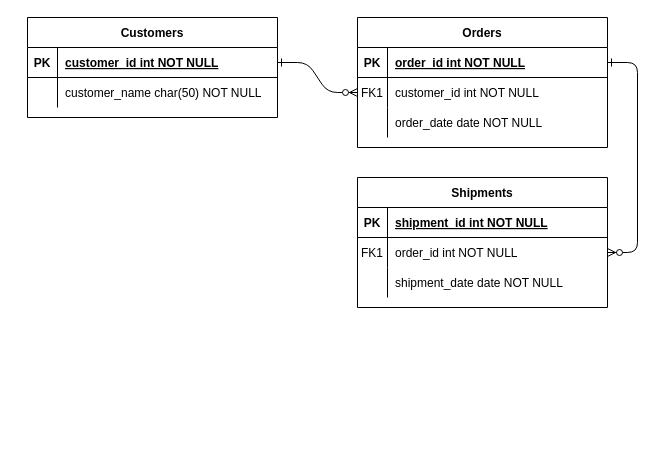
Before: Untitled Diagram.drawio in hsuan81/SOP-book, a draw.io diagram. Source tidied: cells renumbered, new cells numbered last; positions are measured from the earlier drawing's top-left corner, leaving out a move shared by most shapes. Both pictures are drawn from the tidied source at 100%, with x=0, y=0 at pixel (27, 17).
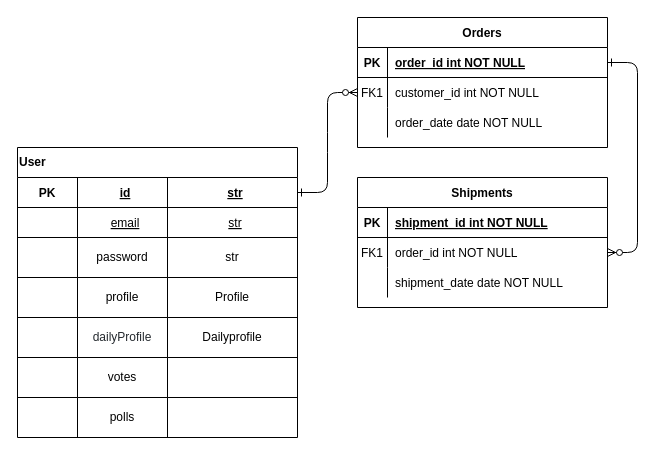
The same diagram, later.

Change to the diagram source:
```diff
@@
-    <mxCell id="24" value="Customers" style="shape=table;startSize=30;childLayout=tableLayout;rowLines=0;fontStyle=1;align=center;" parent="1" vertex="1">
-      <mxGeometry width="250" height="100" as="geometry" />
-    </mxCell>
+    <mxCell id="31" value="User" style="shape=table;html=1;whiteSpace=wrap;startSize=30;childLayout=tableLayout;fontStyle=1;align=left;" parent="1" vertex="1">
+      <mxGeometry x="-10" y="130" width="280" height="290" as="geometry" />
+    </mxCell>
-    <mxCell id="25" style="shape=partialRectangle;fillColor=none;points=[[0,0.5],[1,0.5]];portConstraint=eastwest;top=0;left=0;right=0;bottom=1;" parent="24" vertex="1">
-      <mxGeometry y="30" width="250" height="30" as="geometry" />
+    <mxCell id="25" style="shape=partialRectangle;fillColor=none;points=[[0,0.5],[1,0.5]];portConstraint=eastwest;top=0;left=0;right=0;bottom=1;" parent="31" vertex="1">
+      <mxGeometry y="30" width="280" height="30" as="geometry" />
     </mxCell>
     <mxCell id="26" value="PK" style="shape=partialRectangle;overflow=hidden;fillColor=none;top=0;left=0;bottom=0;right=0;fontStyle=1;" parent="25" vertex="1">
-      <mxGeometry width="30" height="30" as="geometry" />
+      <mxGeometry width="60" height="30" as="geometry" />
     </mxCell>
-    <mxCell id="27" value="customer_id int NOT NULL " style="shape=partialRectangle;overflow=hidden;fillColor=none;top=0;left=0;bottom=0;right=0;align=left;spacingLeft=6;fontStyle=5;" parent="25" vertex="1">
-      <mxGeometry x="30" width="220" height="30" as="geometry" />
+    <mxCell id="27" value="id" style="shape=partialRectangle;overflow=hidden;fillColor=none;top=0;left=0;bottom=0;right=0;align=center;spacingLeft=6;fontStyle=5;" parent="25" vertex="1">
+      <mxGeometry x="60" width="90" height="30" as="geometry" />
     </mxCell>
+    <mxCell id="32" value="str" style="shape=partialRectangle;overflow=hidden;fillColor=none;top=0;left=0;bottom=0;right=0;align=center;spacingLeft=6;fontStyle=5;" parent="25" vertex="1">
+      <mxGeometry x="150" width="130" height="30" as="geometry" />
+    </mxCell>
-    <mxCell id="28" style="shape=partialRectangle;fillColor=none;top=0;left=0;right=0;bottom=0;" parent="24" vertex="1">
-      <mxGeometry y="60" width="250" height="30" as="geometry" />
+    <mxCell id="28" style="shape=partialRectangle;fillColor=none;top=0;left=0;right=0;bottom=0;" parent="31" vertex="1">
+      <mxGeometry y="60" width="280" height="30" as="geometry" />
     </mxCell>
     <mxCell id="29" style="shape=partialRectangle;overflow=hidden;fillColor=none;top=0;left=0;bottom=0;right=0;" parent="28" vertex="1">
-      <mxGeometry width="30" height="30" as="geometry" />
+      <mxGeometry width="60" height="30" as="geometry" />
     </mxCell>
-    <mxCell id="30" value="customer_name char(50) NOT NULL" style="shape=partialRectangle;overflow=hidden;fillColor=none;top=0;left=0;bottom=0;right=0;align=left;spacingLeft=6;" parent="28" vertex="1">
-      <mxGeometry x="30" width="220" height="30" as="geometry" />
+    <mxCell id="30" value="email" style="shape=partialRectangle;overflow=hidden;fillColor=none;top=0;left=0;bottom=0;right=0;align=center;spacingLeft=6;fontStyle=4;" parent="28" vertex="1">
+      <mxGeometry x="60" width="90" height="30" as="geometry" />
     </mxCell>
+    <mxCell id="33" value="str" style="shape=partialRectangle;overflow=hidden;fillColor=none;top=0;left=0;bottom=0;right=0;align=center;spacingLeft=6;fontStyle=4;" parent="28" vertex="1">
+      <mxGeometry x="150" width="130" height="30" as="geometry" />
+    </mxCell>
+    <mxCell id="34" style="shape=partialRectangle;html=1;whiteSpace=wrap;fillColor=none;top=0;left=0;bottom=0;right=0;" parent="31" vertex="1">
+      <mxGeometry y="90" width="280" height="40" as="geometry" />
+    </mxCell>
+    <mxCell id="35" style="shape=partialRectangle;html=1;whiteSpace=wrap;fillColor=none;top=0;left=0;bottom=0;right=0;overflow=hidden;" parent="34" vertex="1">
+      <mxGeometry width="60" height="40" as="geometry" />
+    </mxCell>
+    <mxCell id="36" value="password" style="shape=partialRectangle;html=1;whiteSpace=wrap;fillColor=none;top=0;left=0;bottom=0;right=0;overflow=hidden;align=center;" parent="34" vertex="1">
+      <mxGeometry x="60" width="90" height="40" as="geometry" />
+    </mxCell>
+    <mxCell id="37" value="str" style="shape=partialRectangle;html=1;whiteSpace=wrap;fillColor=none;top=0;left=0;bottom=0;right=0;overflow=hidden;" parent="34" vertex="1">
+      <mxGeometry x="150" width="130" height="40" as="geometry" />
+    </mxCell>
+    <mxCell id="38" style="shape=partialRectangle;html=1;whiteSpace=wrap;fillColor=none;top=0;left=0;bottom=0;right=0;" parent="31" vertex="1">
+      <mxGeometry y="130" width="280" height="40" as="geometry" />
+    </mxCell>
+    <mxCell id="39" style="shape=partialRectangle;html=1;whiteSpace=wrap;fillColor=none;top=0;left=0;bottom=0;right=0;overflow=hidden;" parent="38" vertex="1">
+      <mxGeometry width="60" height="40" as="geometry" />
+    </mxCell>
+    <mxCell id="40" value="profile" style="shape=partialRectangle;html=1;whiteSpace=wrap;fillColor=none;top=0;left=0;bottom=0;right=0;overflow=hidden;" parent="38" vertex="1">
+      <mxGeometry x="60" width="90" height="40" as="geometry" />
+    </mxCell>
+    <mxCell id="41" value="Profile" style="shape=partialRectangle;html=1;whiteSpace=wrap;fillColor=none;top=0;left=0;bottom=0;right=0;overflow=hidden;" parent="38" vertex="1">
+      <mxGeometry x="150" width="130" height="40" as="geometry" />
+    </mxCell>
+    <mxCell id="42" style="shape=partialRectangle;html=1;whiteSpace=wrap;fillColor=none;top=0;left=0;bottom=0;right=0;" parent="31" vertex="1">
+      <mxGeometry y="170" width="280" height="40" as="geometry" />
+    </mxCell>
+    <mxCell id="43" style="shape=partialRectangle;html=1;whiteSpace=wrap;fillColor=none;top=0;left=0;bottom=0;right=0;overflow=hidden;" parent="42" vertex="1">
+      <mxGeometry width="60" height="40" as="geometry" />
+    </mxCell>
+    <mxCell id="44" value="&lt;span style=&quot;color: rgb(36 , 41 , 46) ; font-family: , &amp;#34;consolas&amp;#34; , &amp;#34;liberation mono&amp;#34; , &amp;#34;menlo&amp;#34; , monospace ; background-color: rgb(255 , 255 , 255)&quot;&gt;dailyProfile&lt;/span&gt;" style="shape=partialRectangle;html=1;whiteSpace=wrap;fillColor=none;top=0;left=0;bottom=0;right=0;overflow=hidden;" parent="42" vertex="1">
+      <mxGeometry x="60" width="90" height="40" as="geometry" />
+    </mxCell>
+    <mxCell id="45" value="Dailyprofile" style="shape=partialRectangle;html=1;whiteSpace=wrap;fillColor=none;top=0;left=0;bottom=0;right=0;overflow=hidden;" parent="42" vertex="1">
+      <mxGeometry x="150" width="130" height="40" as="geometry" />
+    </mxCell>
+    <mxCell id="46" style="shape=partialRectangle;html=1;whiteSpace=wrap;fillColor=none;top=0;left=0;bottom=0;right=0;" parent="31" vertex="1">
+      <mxGeometry y="210" width="280" height="40" as="geometry" />
+    </mxCell>
+    <mxCell id="47" style="shape=partialRectangle;html=1;whiteSpace=wrap;fillColor=none;top=0;left=0;bottom=0;right=0;overflow=hidden;" parent="46" vertex="1">
+      <mxGeometry width="60" height="40" as="geometry" />
+    </mxCell>
+    <mxCell id="48" value="votes" style="shape=partialRectangle;html=1;whiteSpace=wrap;fillColor=none;top=0;left=0;bottom=0;right=0;overflow=hidden;" parent="46" vertex="1">
+      <mxGeometry x="60" width="90" height="40" as="geometry" />
+    </mxCell>
+    <mxCell id="49" style="shape=partialRectangle;html=1;whiteSpace=wrap;fillColor=none;top=0;left=0;bottom=0;right=0;overflow=hidden;" parent="46" vertex="1">
+      <mxGeometry x="150" width="130" height="40" as="geometry" />
+    </mxCell>
+    <mxCell id="50" style="shape=partialRectangle;html=1;whiteSpace=wrap;fillColor=none;top=0;left=0;bottom=0;right=0;" parent="31" vertex="1">
+      <mxGeometry y="250" width="280" height="40" as="geometry" />
+    </mxCell>
+    <mxCell id="51" style="shape=partialRectangle;html=1;whiteSpace=wrap;fillColor=none;top=0;left=0;bottom=0;right=0;overflow=hidden;" parent="50" vertex="1">
+      <mxGeometry width="60" height="40" as="geometry" />
+    </mxCell>
+    <mxCell id="52" value="polls" style="shape=partialRectangle;html=1;whiteSpace=wrap;fillColor=none;top=0;left=0;bottom=0;right=0;overflow=hidden;" parent="50" vertex="1">
+      <mxGeometry x="60" width="90" height="40" as="geometry" />
+    </mxCell>
+    <mxCell id="53" style="shape=partialRectangle;html=1;whiteSpace=wrap;fillColor=none;top=0;left=0;bottom=0;right=0;overflow=hidden;" parent="50" vertex="1">
+      <mxGeometry x="150" width="130" height="40" as="geometry" />
+    </mxCell>
```
